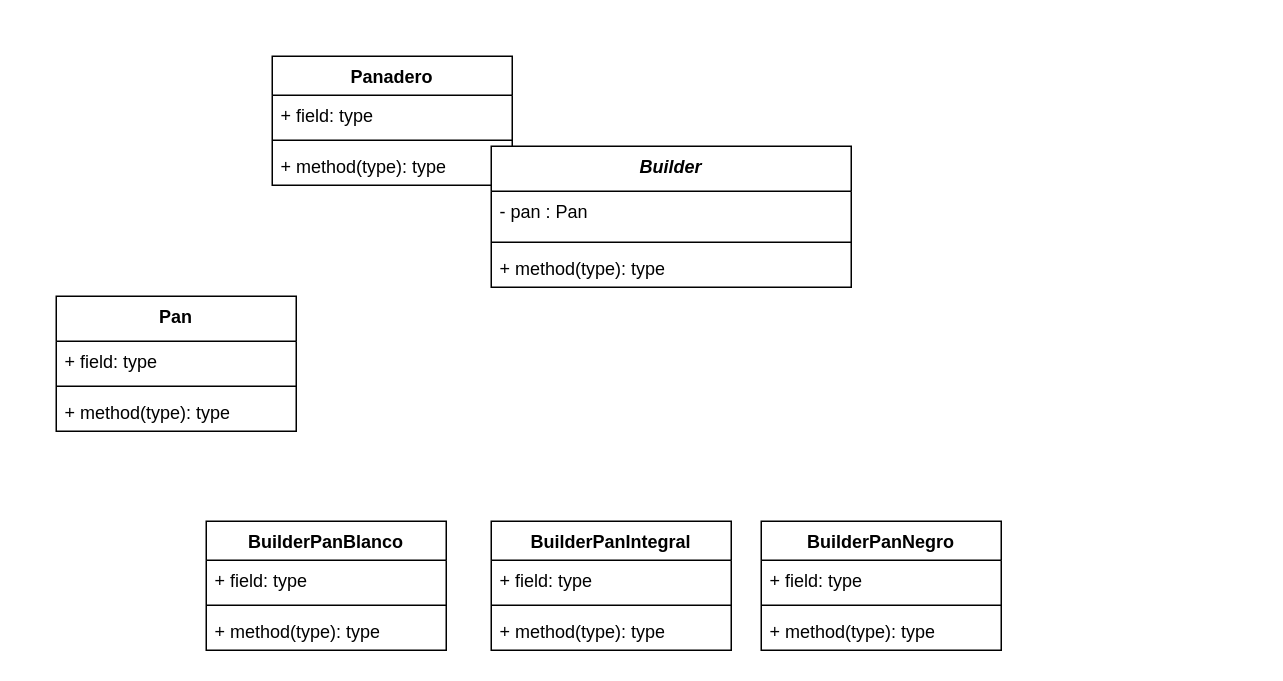
Earlier version of the draw.io diagram tp2ej3/uml/tp2ej3.drawio (LucasLovizzio/IPOO-2024). Source tidied: cells renumbered, new cells numbered last; positions are measured from the earlier drawing's top-left corner, leaving out a move shared by most shapes. Both pictures are drawn from the tidied source at 150%, with x=0, y=0 at pixel (56, 56).
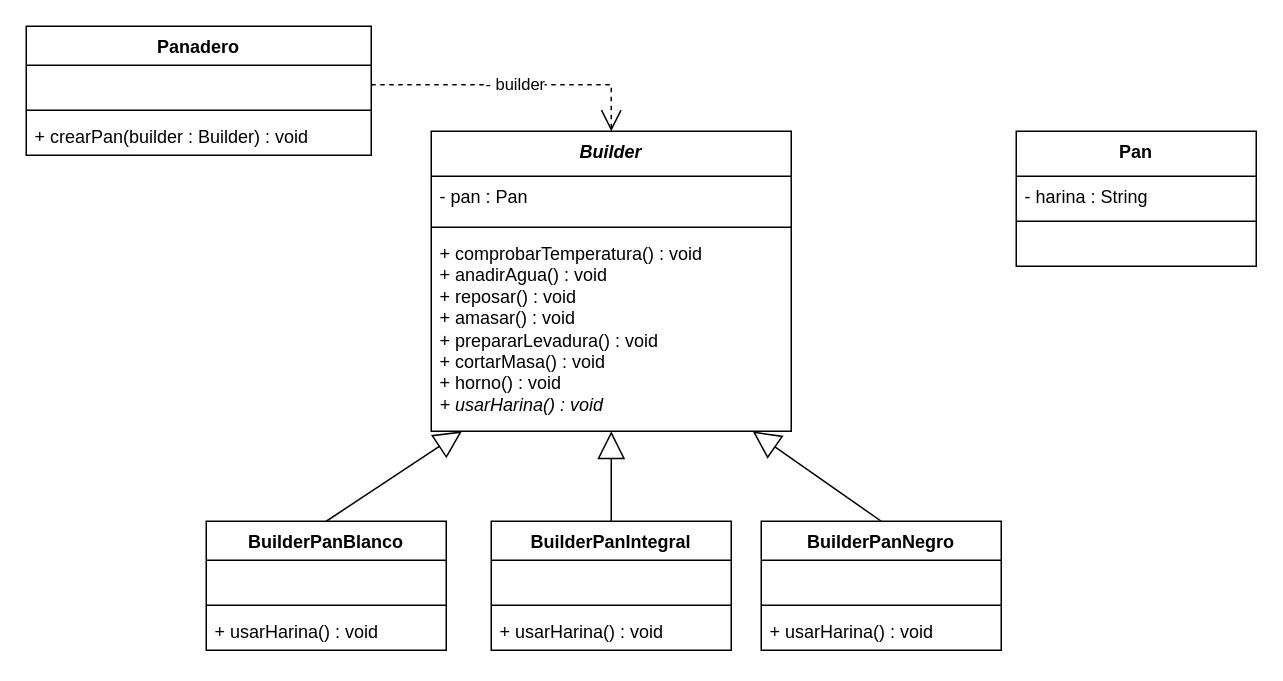
Above is the later version.

The change refers to these unchanged cells:
```xml
<mxCell id="10" value="BuilderPanBlanco" style="swimlane;fontStyle=1;align=center;verticalAlign=top;horizontal=1;startSize=26;whiteSpace=wrap;html=1;" parent="1" vertex="1">
  <mxGeometry x="100" y="310" width="160" height="86" as="geometry" />
</mxCell>
<mxCell id="14" value="BuilderPanIntegral" style="swimlane;fontStyle=1;align=center;verticalAlign=top;horizontal=1;startSize=26;whiteSpace=wrap;html=1;" parent="1" vertex="1">
  <mxGeometry x="290" y="310" width="160" height="86" as="geometry" />
</mxCell>
<mxCell id="18" value="BuilderPanNegro" style="swimlane;fontStyle=1;align=center;verticalAlign=top;horizontal=1;startSize=26;whiteSpace=wrap;html=1;" parent="1" vertex="1">
  <mxGeometry x="470" y="310" width="160" height="86" as="geometry" />
</mxCell>
```

The edit, as a diff of the source:
```diff
@@
     <mxCell id="2" value="Panadero" style="swimlane;fontStyle=1;align=center;verticalAlign=top;horizontal=1;startSize=26;whiteSpace=wrap;html=1;" parent="1" vertex="1">
-      <mxGeometry x="144" width="160" height="86" as="geometry" />
+      <mxGeometry x="-20" y="-20" width="230" height="86" as="geometry" />
     </mxCell>
-    <mxCell id="3" value="+ field: type" style="text;strokeColor=none;fillColor=none;align=left;verticalAlign=top;spacingLeft=4;spacingRight=4;overflow=hidden;points=[[0,0.5],[1,0.5]];portConstraint=eastwest;whiteSpace=wrap;html=1;" parent="2" vertex="1">
-      <mxGeometry y="26" width="160" height="26" as="geometry" />
+    <mxCell id="3" value="&amp;nbsp;" style="text;strokeColor=none;fillColor=none;align=left;verticalAlign=top;spacingLeft=4;spacingRight=4;overflow=hidden;points=[[0,0.5],[1,0.5]];portConstraint=eastwest;whiteSpace=wrap;html=1;" parent="2" vertex="1">
+      <mxGeometry y="26" width="230" height="26" as="geometry" />
     </mxCell>
     <mxCell id="4" style="line;strokeWidth=1;fillColor=none;align=left;verticalAlign=middle;spacingTop=-1;spacingLeft=3;spacingRight=3;labelPosition=right;strokeColor=inherit;" parent="2" vertex="1">
-      <mxGeometry y="52" width="160" height="8" as="geometry" />
+      <mxGeometry y="52" width="230" height="8" as="geometry" />
     </mxCell>
-    <mxCell id="5" value="+ method(type): type" style="text;strokeColor=none;fillColor=none;align=left;verticalAlign=top;spacingLeft=4;spacingRight=4;overflow=hidden;whiteSpace=wrap;html=1;" parent="2" vertex="1">
-      <mxGeometry y="60" width="160" height="26" as="geometry" />
+    <mxCell id="5" value="+ crearPan(builder : Builder) : void" style="text;strokeColor=none;fillColor=none;align=left;verticalAlign=top;spacingLeft=4;spacingRight=4;overflow=hidden;whiteSpace=wrap;html=1;" parent="2" vertex="1">
+      <mxGeometry y="60" width="230" height="26" as="geometry" />
     </mxCell>
     <mxCell id="6" value="Pan" style="swimlane;fontStyle=1;align=center;verticalAlign=top;horizontal=1;startSize=30;whiteSpace=wrap;html=1;" parent="1" vertex="1">
-      <mxGeometry y="160" width="160" height="90" as="geometry" />
+      <mxGeometry x="640" y="50" width="160" height="90" as="geometry" />
     </mxCell>
-    <mxCell id="7" value="+ field: type" style="text;strokeColor=none;fillColor=none;align=left;verticalAlign=top;spacingLeft=4;spacingRight=4;overflow=hidden;whiteSpace=wrap;html=1;" parent="6" vertex="1">
+    <mxCell id="7" value="- harina : String" style="text;strokeColor=none;fillColor=none;align=left;verticalAlign=top;spacingLeft=4;spacingRight=4;overflow=hidden;whiteSpace=wrap;html=1;" parent="6" vertex="1">
       <mxGeometry y="30" width="160" height="26" as="geometry" />
     </mxCell>
@@
-    <mxCell id="9" value="+ method(type): type" style="text;strokeColor=none;fillColor=none;align=left;verticalAlign=top;spacingLeft=4;spacingRight=4;overflow=hidden;whiteSpace=wrap;html=1;" parent="6" vertex="1">
+    <mxCell id="9" value="&amp;nbsp;" style="text;strokeColor=none;fillColor=none;align=left;verticalAlign=top;spacingLeft=4;spacingRight=4;overflow=hidden;whiteSpace=wrap;html=1;" parent="6" vertex="1">
       <mxGeometry y="64" width="160" height="26" as="geometry" />
     </mxCell>
@@
-    <mxCell id="11" value="+ field: type" style="text;strokeColor=none;fillColor=none;align=left;verticalAlign=top;spacingLeft=4;spacingRight=4;overflow=hidden;whiteSpace=wrap;html=1;" parent="10" vertex="1">
+    <mxCell id="11" value="&amp;nbsp;" style="text;strokeColor=none;fillColor=none;align=left;verticalAlign=top;spacingLeft=4;spacingRight=4;overflow=hidden;whiteSpace=wrap;html=1;" parent="10" vertex="1">
       <mxGeometry y="26" width="160" height="26" as="geometry" />
     </mxCell>
@@
-    <mxCell id="13" value="+ method(type): type" style="text;strokeColor=none;fillColor=none;align=left;verticalAlign=top;spacingLeft=4;spacingRight=4;overflow=hidden;whiteSpace=wrap;html=1;" parent="10" vertex="1">
+    <mxCell id="13" value="+ usarHarina() : void" style="text;strokeColor=none;fillColor=none;align=left;verticalAlign=top;spacingLeft=4;spacingRight=4;overflow=hidden;whiteSpace=wrap;html=1;" parent="10" vertex="1">
       <mxGeometry y="60" width="160" height="26" as="geometry" />
     </mxCell>
@@
-    <mxCell id="15" value="+ field: type" style="text;strokeColor=none;fillColor=none;align=left;verticalAlign=top;spacingLeft=4;spacingRight=4;overflow=hidden;whiteSpace=wrap;html=1;" parent="14" vertex="1">
+    <mxCell id="15" value="&amp;nbsp;" style="text;strokeColor=none;fillColor=none;align=left;verticalAlign=top;spacingLeft=4;spacingRight=4;overflow=hidden;whiteSpace=wrap;html=1;" parent="14" vertex="1">
       <mxGeometry y="26" width="160" height="26" as="geometry" />
     </mxCell>
@@
-    <mxCell id="17" value="+ method(type): type" style="text;strokeColor=none;fillColor=none;align=left;verticalAlign=top;spacingLeft=4;spacingRight=4;overflow=hidden;whiteSpace=wrap;html=1;" parent="14" vertex="1">
+    <mxCell id="17" value="+ usarHarina() : void" style="text;strokeColor=none;fillColor=none;align=left;verticalAlign=top;spacingLeft=4;spacingRight=4;overflow=hidden;whiteSpace=wrap;html=1;" parent="14" vertex="1">
       <mxGeometry y="60" width="160" height="26" as="geometry" />
     </mxCell>
@@
-    <mxCell id="19" value="+ field: type" style="text;strokeColor=none;fillColor=none;align=left;verticalAlign=top;spacingLeft=4;spacingRight=4;overflow=hidden;whiteSpace=wrap;html=1;" parent="18" vertex="1">
+    <mxCell id="19" value="&amp;nbsp;" style="text;strokeColor=none;fillColor=none;align=left;verticalAlign=top;spacingLeft=4;spacingRight=4;overflow=hidden;whiteSpace=wrap;html=1;" parent="18" vertex="1">
       <mxGeometry y="26" width="160" height="26" as="geometry" />
     </mxCell>
@@
-    <mxCell id="21" value="+ method(type): type" style="text;strokeColor=none;fillColor=none;align=left;verticalAlign=top;spacingLeft=4;spacingRight=4;overflow=hidden;whiteSpace=wrap;html=1;" parent="18" vertex="1">
+    <mxCell id="21" value="+ usarHarina() : void" style="text;strokeColor=none;fillColor=none;align=left;verticalAlign=top;spacingLeft=4;spacingRight=4;overflow=hidden;whiteSpace=wrap;html=1;" parent="18" vertex="1">
       <mxGeometry y="60" width="160" height="26" as="geometry" />
     </mxCell>
     <mxCell id="22" value="&lt;i&gt;Builder&lt;/i&gt;" style="swimlane;fontStyle=1;align=center;verticalAlign=top;horizontal=1;startSize=30;whiteSpace=wrap;html=1;" parent="1" vertex="1">
-      <mxGeometry x="290" y="60" width="240" height="94" as="geometry" />
+      <mxGeometry x="250" y="50" width="240" height="200" as="geometry" />
     </mxCell>
@@
-    <mxCell id="25" value="+ method(type): type" style="text;strokeColor=none;fillColor=none;align=left;verticalAlign=top;spacingLeft=4;spacingRight=4;overflow=hidden;points=[[0,0.5],[1,0.5]];portConstraint=eastwest;whiteSpace=wrap;html=1;" parent="22" vertex="1">
-      <mxGeometry y="68" width="240" height="26" as="geometry" />
+    <mxCell id="25" value="+ comprobarTemperatura() : void&lt;br&gt;+ anadirAgua() : void&lt;br&gt;+ reposar() : void&lt;br&gt;+ amasar() : void&lt;br&gt;+ prepararLevadura() : void&lt;br&gt;+ cortarMasa() : void&lt;br&gt;+ horno() : void&lt;br&gt;&lt;i&gt;+ usarHarina() : void&lt;/i&gt;" style="text;strokeColor=none;fillColor=none;align=left;verticalAlign=top;spacingLeft=4;spacingRight=4;overflow=hidden;points=[[0,0.5],[1,0.5]];portConstraint=eastwest;whiteSpace=wrap;html=1;" parent="22" vertex="1">
+      <mxGeometry y="68" width="240" height="132" as="geometry" />
     </mxCell>
+    <mxCell id="26" style="endArrow=block;endSize=16;endFill=0;html=1;rounded=0;exitX=0.5;exitY=0;exitDx=0;exitDy=0;" parent="1" edge="1" source="10" target="25">
+      <mxGeometry relative="1" as="geometry" />
+    </mxCell>
+    <mxCell id="27" style="endArrow=block;endSize=16;endFill=0;html=1;rounded=0;exitX=0.5;exitY=0;exitDx=0;exitDy=0;" parent="1" edge="1" source="14" target="25">
+      <mxGeometry relative="1" as="geometry" />
+    </mxCell>
+    <mxCell id="28" style="endArrow=block;endSize=16;endFill=0;html=1;rounded=0;exitX=0.5;exitY=0;exitDx=0;exitDy=0;" parent="1" edge="1" source="18" target="25">
+      <mxGeometry relative="1" as="geometry" />
+    </mxCell>
+    <mxCell id="29" value="- builder" style="endArrow=open;endSize=12;dashed=1;html=1;rounded=0;exitX=1;exitY=0.5;exitDx=0;exitDy=0;entryX=0.5;entryY=0;entryDx=0;entryDy=0;" parent="1" edge="1" source="3" target="22">
+      <mxGeometry relative="1" as="geometry">
+        <Array as="points">
+          <mxPoint x="370" y="19" />
+        </Array>
+      </mxGeometry>
+    </mxCell>
```
